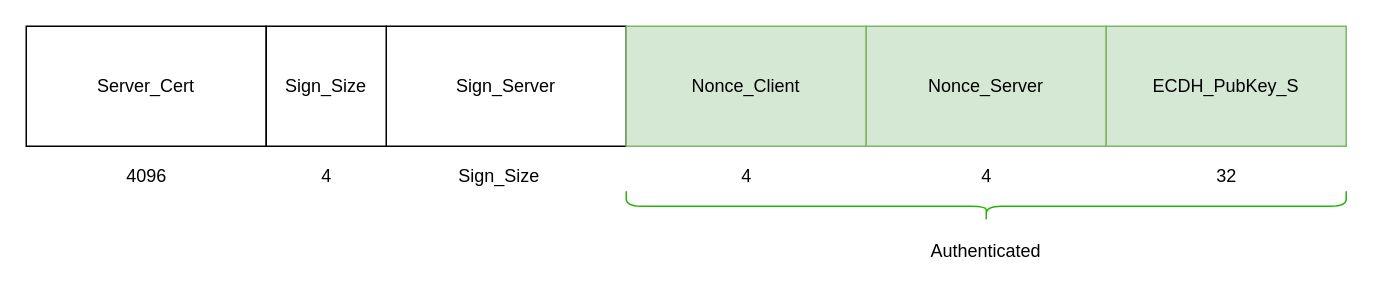
Above: Documentation/DrawIo/1.1.drawio in matildao-pane/Secure-online-messaging-service (draw.io), before the change. Source tidied: cells renumbered, new cells numbered last; positions are measured from the earlier drawing's top-left corner, leaving out a move shared by most shapes. Both pictures are drawn from the tidied source at 150%, with x=0, y=0 at pixel (26, -154).
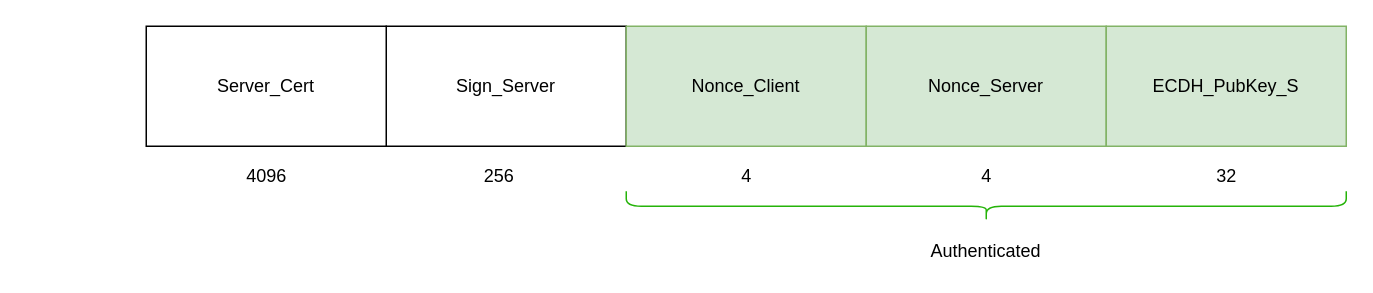
The same diagram, later.

Change to the diagram source:
```diff
@@
 <mxGraphModel>
   <root>
     <mxCell id="0" />
     <mxCell id="1" parent="0" />
     <mxCell id="2" value="Sign_Server" style="rounded=0;whiteSpace=wrap;html=1;" parent="1" vertex="1">
       <mxGeometry x="240" y="120" width="160" height="80" as="geometry" />
     </mxCell>
     <mxCell id="3" value="Nonce_Client" style="rounded=0;whiteSpace=wrap;html=1;fillColor=#d5e8d4;strokeColor=#82b366;" parent="1" vertex="1">
       <mxGeometry x="400" y="120" width="160" height="80" as="geometry" />
     </mxCell>
     <mxCell id="4" value="Nonce_Server" style="rounded=0;whiteSpace=wrap;html=1;fillColor=#d5e8d4;strokeColor=#82b366;" parent="1" vertex="1">
       <mxGeometry x="560" y="120" width="160" height="80" as="geometry" />
     </mxCell>
-    <mxCell id="5" value="Sign_Size" style="text;html=1;align=center;verticalAlign=middle;strokeColor=none;" parent="1" vertex="1">
-      <mxGeometry x="280" y="210" width="70" height="20" as="geometry" />
+    <mxCell id="5" value="256" style="text;html=1;align=center;verticalAlign=middle;strokeColor=none;" parent="1" vertex="1">
+      <mxGeometry x="295" y="210" width="40" height="20" as="geometry" />
     </mxCell>
     <mxCell id="6" value="4" style="text;html=1;align=center;verticalAlign=middle;strokeColor=none;" parent="1" vertex="1">
       <mxGeometry x="470" y="210" width="20" height="20" as="geometry" />
     </mxCell>
     <mxCell id="7" value="4" style="text;html=1;align=center;verticalAlign=middle;strokeColor=none;" parent="1" vertex="1">
       <mxGeometry x="630" y="210" width="20" height="20" as="geometry" />
     </mxCell>
     <mxCell id="8" style="shape=curlyBracket;whiteSpace=wrap;html=1;rounded=1;flipH=1;rotation=90;fillColor=none;strokeColor=#25B309;" parent="1" vertex="1">
       <mxGeometry x="630" width="20" height="480" as="geometry" />
     </mxCell>
     <mxCell id="9" value="Authenticated" style="text;html=1;strokeColor=none;fillColor=none;align=center;verticalAlign=middle;whiteSpace=wrap;rounded=0;" parent="1" vertex="1">
       <mxGeometry x="620" y="260" width="40" height="20" as="geometry" />
     </mxCell>
     <mxCell id="10" value="Server_Cert" style="rounded=0;whiteSpace=wrap;html=1;" parent="1" vertex="1">
-      <mxGeometry y="120" width="160" height="80" as="geometry" />
+      <mxGeometry x="80" y="120" width="160" height="80" as="geometry" />
     </mxCell>
     <mxCell id="11" value="ECDH_PubKey_S" style="rounded=0;whiteSpace=wrap;html=1;fillColor=#d5e8d4;strokeColor=#82b366;" parent="1" vertex="1">
       <mxGeometry x="720" y="120" width="160" height="80" as="geometry" />
     </mxCell>
-    <mxCell id="12" value="4096" style="text;html=1;align=center;verticalAlign=middle;strokeColor=none;" parent="1" vertex="1">
-      <mxGeometry x="60" y="210" width="40" height="20" as="geometry" />
+    <mxCell id="12" value="&lt;span&gt;4096&lt;/span&gt;" style="text;html=1;align=center;verticalAlign=middle;strokeColor=none;" parent="1" vertex="1">
+      <mxGeometry x="140" y="210" width="40" height="20" as="geometry" />
     </mxCell>
     <mxCell id="13" value="32" style="text;html=1;align=center;verticalAlign=middle;strokeColor=none;" parent="1" vertex="1">
       <mxGeometry x="785" y="210" width="30" height="20" as="geometry" />
     </mxCell>
-    <mxCell id="14" value="Sign_Size" style="rounded=0;whiteSpace=wrap;html=1;" parent="1" vertex="1">
-      <mxGeometry x="160" y="120" width="80" height="80" as="geometry" />
-    </mxCell>
-    <mxCell id="15" value="4" style="text;html=1;align=center;verticalAlign=middle;strokeColor=none;" parent="1" vertex="1">
-      <mxGeometry x="190" y="210" width="20" height="20" as="geometry" />
-    </mxCell>
   </root>
 </mxGraphModel>
```
